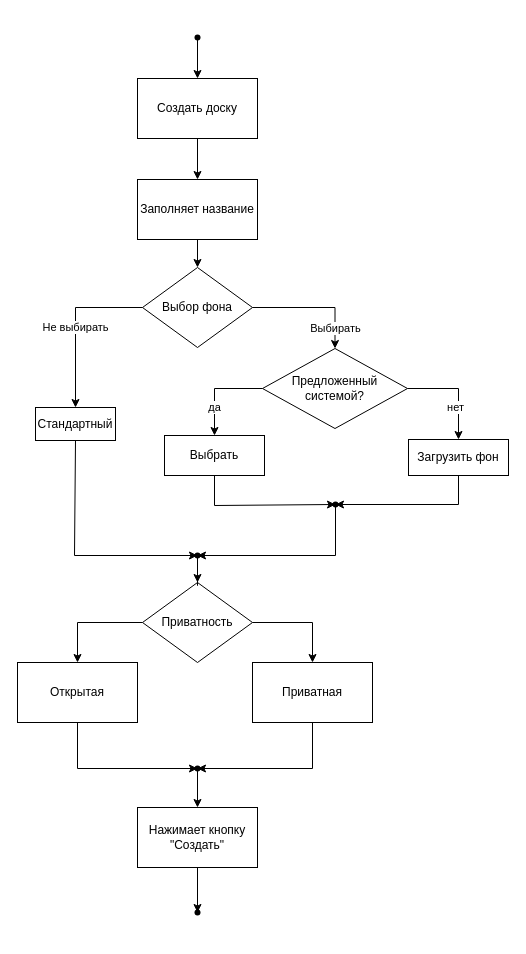
Above: activity.drawio in StanEkso/kanban-projecting (draw.io), before the change. Source tidied: cells renumbered, new cells numbered last; positions are measured from the earlier drawing's top-left corner, leaving out a move shared by most shapes. Both pictures are drawn from the tidied source at 100%, with x=0, y=0 at pixel (17, 27).
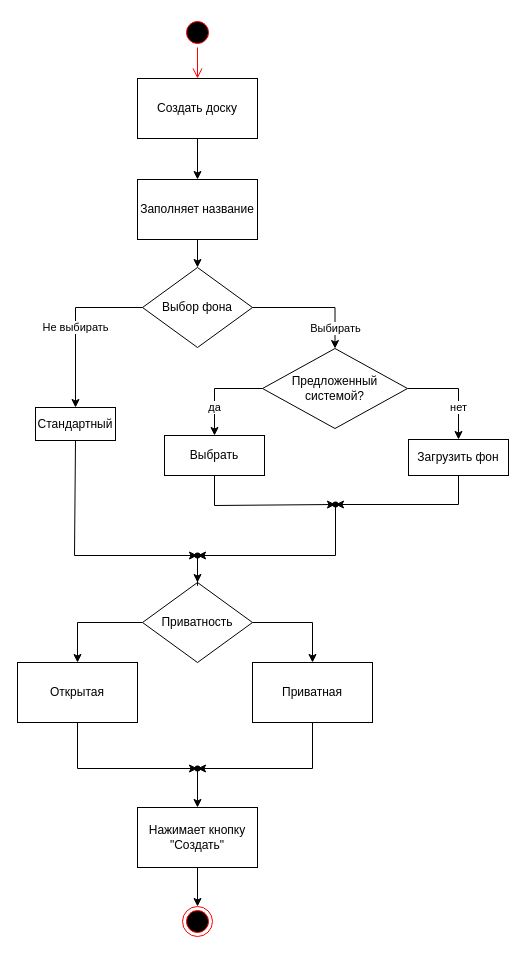
After the change.

The change refers to these unchanged cells:
```xml
<mxCell id="5" value="Создать доску" style="whiteSpace=wrap;html=1;fillColor=none;sketch=0;fillStyle=solid;" parent="1" vertex="1">
  <mxGeometry x="120" y="51" width="120" height="60" as="geometry" />
</mxCell>
<mxCell id="14" value="Предложенный системой?" style="rhombus;whiteSpace=wrap;html=1;fillColor=none;sketch=0;fillStyle=solid;" parent="1" vertex="1">
  <mxGeometry x="245" y="321" width="145" height="80" as="geometry" />
</mxCell>
<mxCell id="15" value="Загрузить фон" style="whiteSpace=wrap;html=1;fillColor=none;sketch=0;fillStyle=solid;" parent="1" vertex="1">
  <mxGeometry x="391" y="412" width="100" height="36" as="geometry" />
</mxCell>
<mxCell id="34" value="Нажимает кнопку &quot;Создать&quot;" style="whiteSpace=wrap;html=1;fillColor=none;sketch=0;fillStyle=solid;" parent="1" vertex="1">
  <mxGeometry x="120" y="780" width="120" height="60" as="geometry" />
</mxCell>
```

The edit, as a diff of the source:
```diff
@@
-    <mxCell id="2" style="edgeStyle=orthogonalEdgeStyle;rounded=0;jettySize=auto;html=1;" parent="1" edge="1" source="3" target="5">
-      <mxGeometry relative="1" as="geometry" />
-    </mxCell>
-    <mxCell id="3" style="shape=waypoint;sketch=0;fillStyle=solid;size=6;points=[];fillColor=none;perimeter=centerPerimeter;snapToPoint=1;" parent="1" vertex="1">
-      <mxGeometry x="170" width="20" height="20" as="geometry" />
-    </mxCell>
@@
     <mxCell id="12" value="нет" style="edgeStyle=orthogonalEdgeStyle;rounded=0;jettySize=auto;html=1;" parent="1" edge="1" source="14" target="15">
-      <mxGeometry x="0.37" y="-3" relative="1" as="geometry" />
+      <mxGeometry x="0.37" relative="1" as="geometry" />
     </mxCell>
@@
-    <mxCell id="33" style="edgeStyle=orthogonalEdgeStyle;rounded=0;jettySize=auto;html=1;" parent="1" edge="1" source="34" target="35">
+    <mxCell id="33" style="edgeStyle=orthogonalEdgeStyle;rounded=0;jettySize=auto;html=1;" parent="1" edge="1" source="34" target="38">
       <mxGeometry relative="1" as="geometry" />
     </mxCell>
@@
-    <mxCell id="35" style="shape=waypoint;sketch=0;fillStyle=solid;size=6;points=[];fillColor=none;perimeter=centerPerimeter;snapToPoint=1;" parent="1" vertex="1">
-      <mxGeometry x="170" y="875" width="20" height="20" as="geometry" />
-    </mxCell>
+    <mxCell id="36" style="ellipse;html=1;shape=startState;fillColor=#000000;strokeColor=#ff0000;" parent="1" vertex="1">
+      <mxGeometry x="165" y="-10" width="30" height="30" as="geometry" />
+    </mxCell>
+    <mxCell id="37" style="edgeStyle=orthogonalEdgeStyle;html=1;verticalAlign=bottom;endArrow=open;endSize=8;strokeColor=#ff0000;rounded=0;" parent="1" edge="1" source="36" target="5">
+      <mxGeometry relative="1" as="geometry" />
+    </mxCell>
+    <mxCell id="38" style="ellipse;html=1;shape=endState;fillColor=#000000;strokeColor=#ff0000;" parent="1" vertex="1">
+      <mxGeometry x="165" y="879" width="30" height="30" as="geometry" />
+    </mxCell>
```
